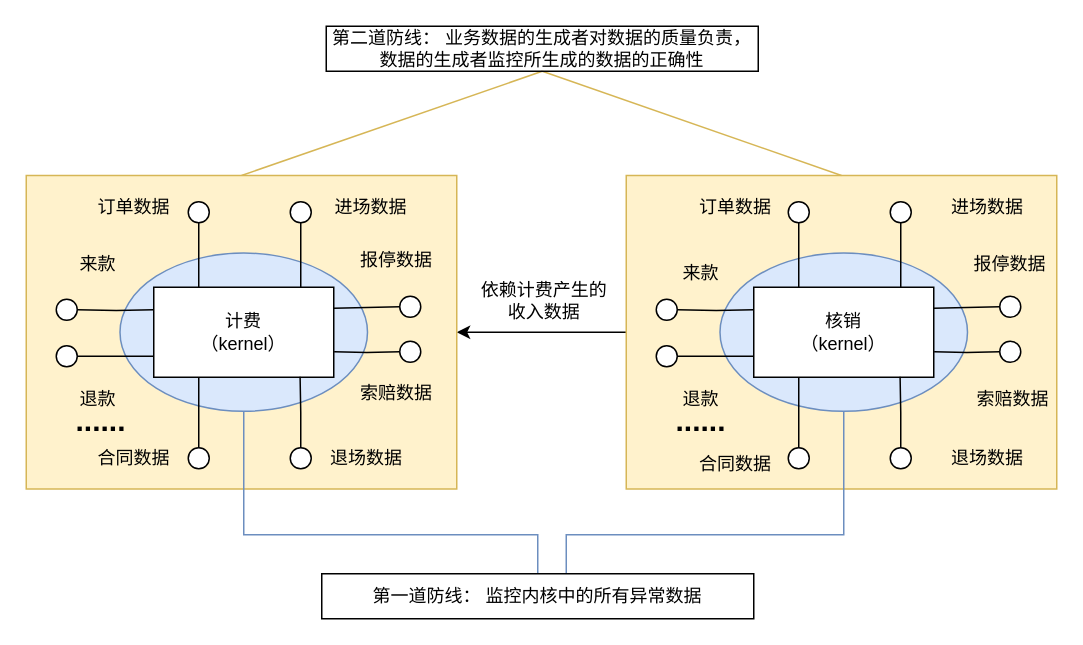
Earlier version of the draw.io diagram page "监控-02" (5 of 5) of docs/自营业务梳理.drawio (lokiworks/codebase). Source tidied: cells renumbered, new cells numbered last; positions are measured from the earlier drawing's top-left corner, leaving out a move shared by most shapes. Both pictures are drawn from the tidied source at 150%, with x=0, y=0 at pixel (26, 26).
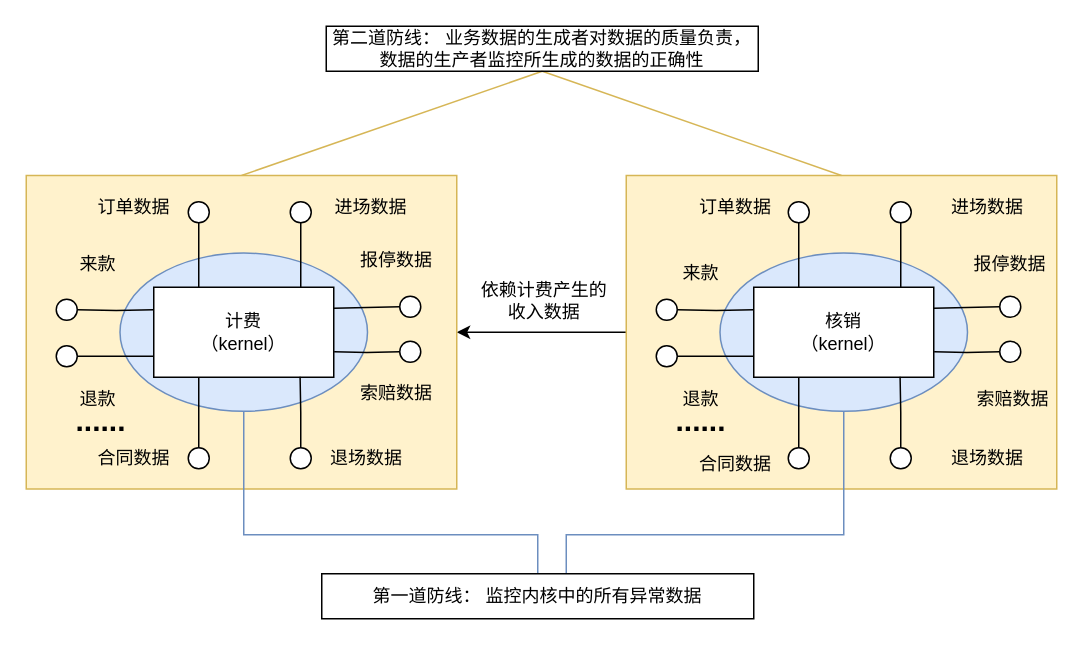
Above is the later version.

Commit message:
Update 自营业务梳理.drawio

What changed in the source:
```diff
@@
-    <mxCell id="61" value="第二道防线： 业务数据的生成者对数据的质量负责，数据的生成者监控所生成的数据的正确性" style="text;html=1;strokeColor=default;fillColor=none;align=center;verticalAlign=middle;whiteSpace=wrap;rounded=0;sketch=0;" parent="1" vertex="1">
+    <mxCell id="61" value="第二道防线： 业务数据的生成者对数据的质量负责，数据的生产者监控所生成的数据的正确性" style="text;html=1;strokeColor=default;fillColor=none;align=center;verticalAlign=middle;whiteSpace=wrap;rounded=0;sketch=0;" parent="1" vertex="1">
       <mxGeometry x="200" width="288" height="30" as="geometry" />
     </mxCell>
```
